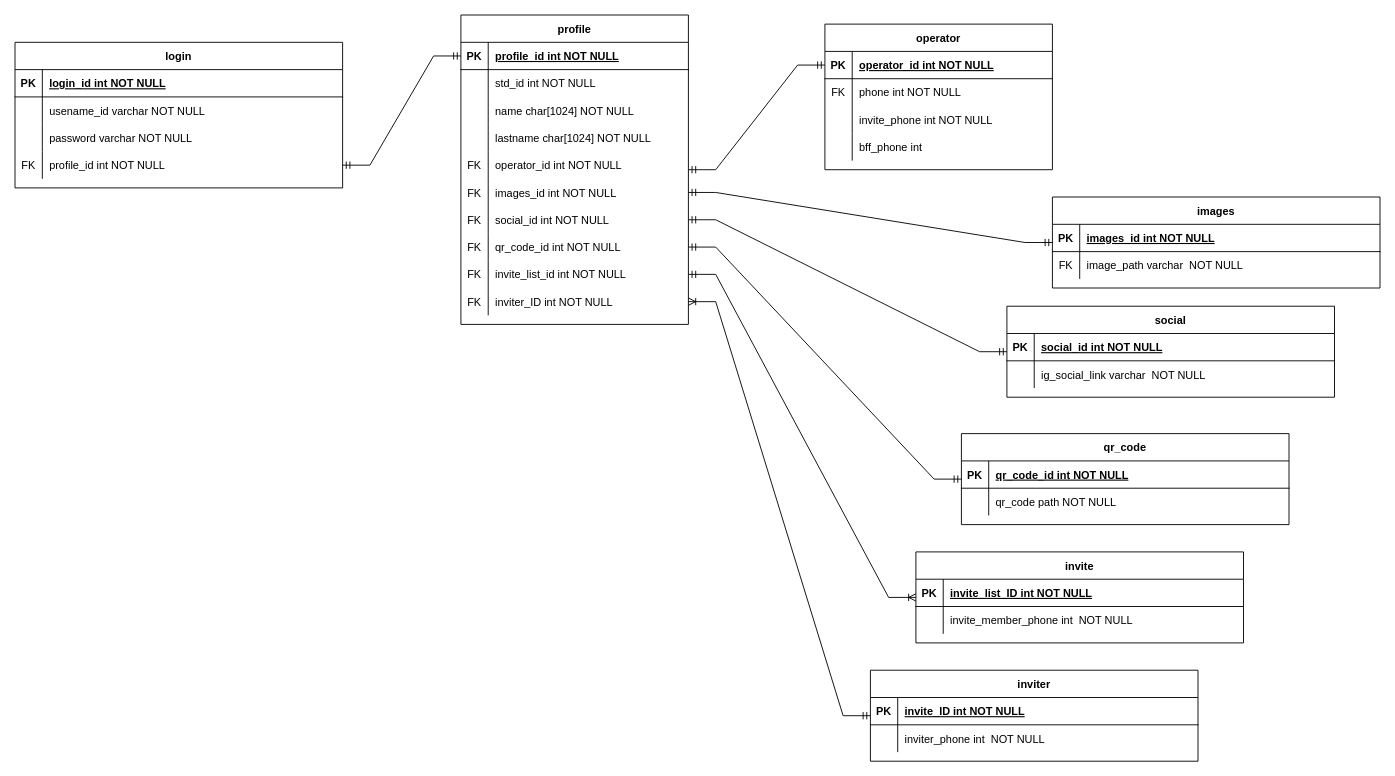
rapeeza1598/DB-Project-KMUTNB keeps this draw.io diagram as ER Diagram/ER Database.drawio. Above is the earlier version. Source tidied: cells renumbered, new cells numbered last; positions are measured from the earlier drawing's top-left corner, leaving out a move shared by most shapes. Both pictures are drawn from the tidied source at 91%, with x=0, y=0 at pixel (15, 15).
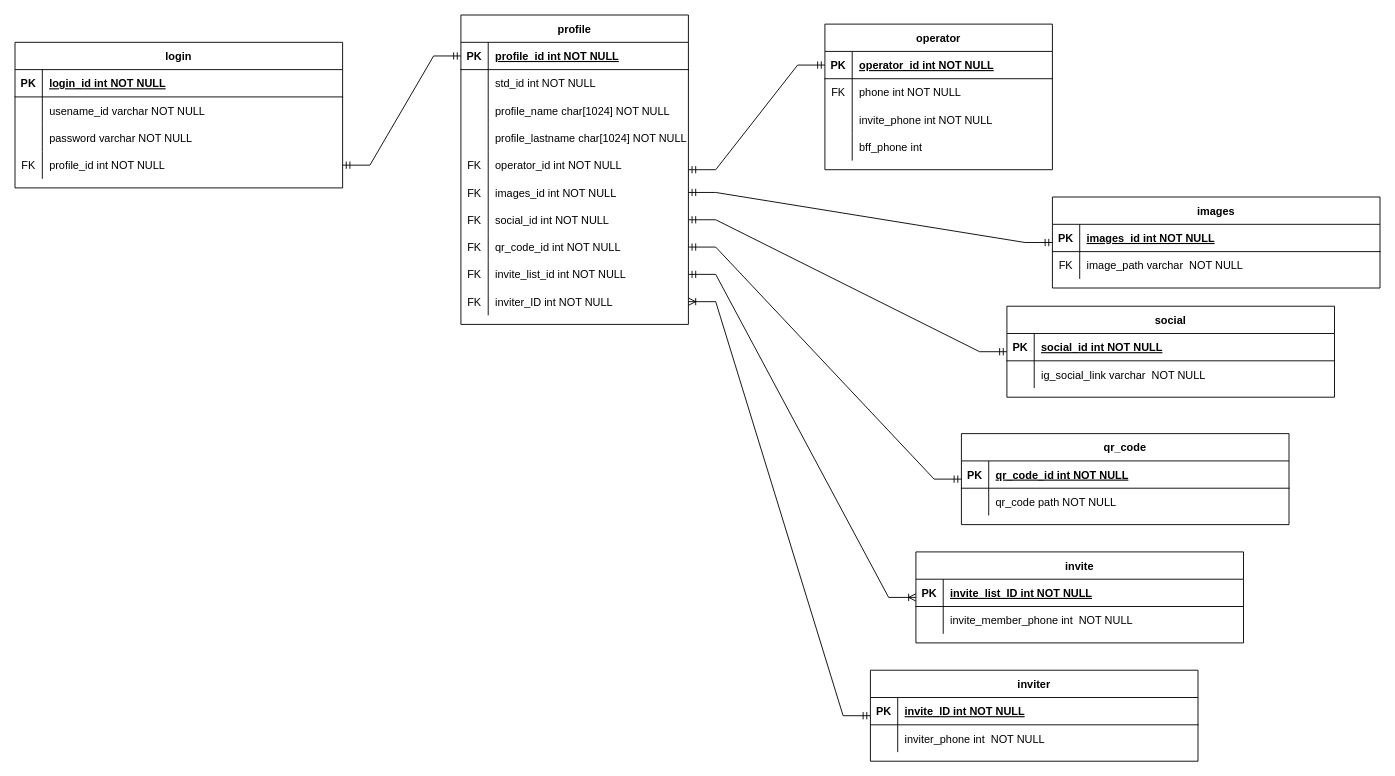
The same page after the edit.

Commit message:
:hummer: Fix Little Details

Unchanged cells that the change refers to:
```xml
<mxCell id="9" style="shape=partialRectangle;fillColor=none;top=0;left=0;right=0;bottom=0;" parent="2" vertex="1">
  <mxGeometry y="90" width="250" height="30" as="geometry" />
</mxCell>
<mxCell id="12" style="shape=partialRectangle;fillColor=none;top=0;left=0;right=0;bottom=0;" parent="2" vertex="1">
  <mxGeometry y="120" width="250" height="30" as="geometry" />
</mxCell>
```

Change to the diagram source:
```diff
@@
-    <mxCell id="11" value="name char[1024] NOT NULL" style="shape=partialRectangle;overflow=hidden;fillColor=none;top=0;left=0;bottom=0;right=0;align=left;spacingLeft=6;" parent="9" vertex="1">
+    <mxCell id="11" value="profile_name char[1024] NOT NULL" style="shape=partialRectangle;overflow=hidden;fillColor=none;top=0;left=0;bottom=0;right=0;align=left;spacingLeft=6;" parent="9" vertex="1">
       <mxGeometry x="30" width="220" height="30" as="geometry" />
     </mxCell>
@@
-    <mxCell id="14" value="lastname char[1024] NOT NULL" style="shape=partialRectangle;overflow=hidden;fillColor=none;top=0;left=0;bottom=0;right=0;align=left;spacingLeft=6;" parent="12" vertex="1">
+    <mxCell id="14" value="profile_lastname char[1024] NOT NULL" style="shape=partialRectangle;overflow=hidden;fillColor=none;top=0;left=0;bottom=0;right=0;align=left;spacingLeft=6;" parent="12" vertex="1">
       <mxGeometry x="30" width="220" height="30" as="geometry" />
     </mxCell>
```
